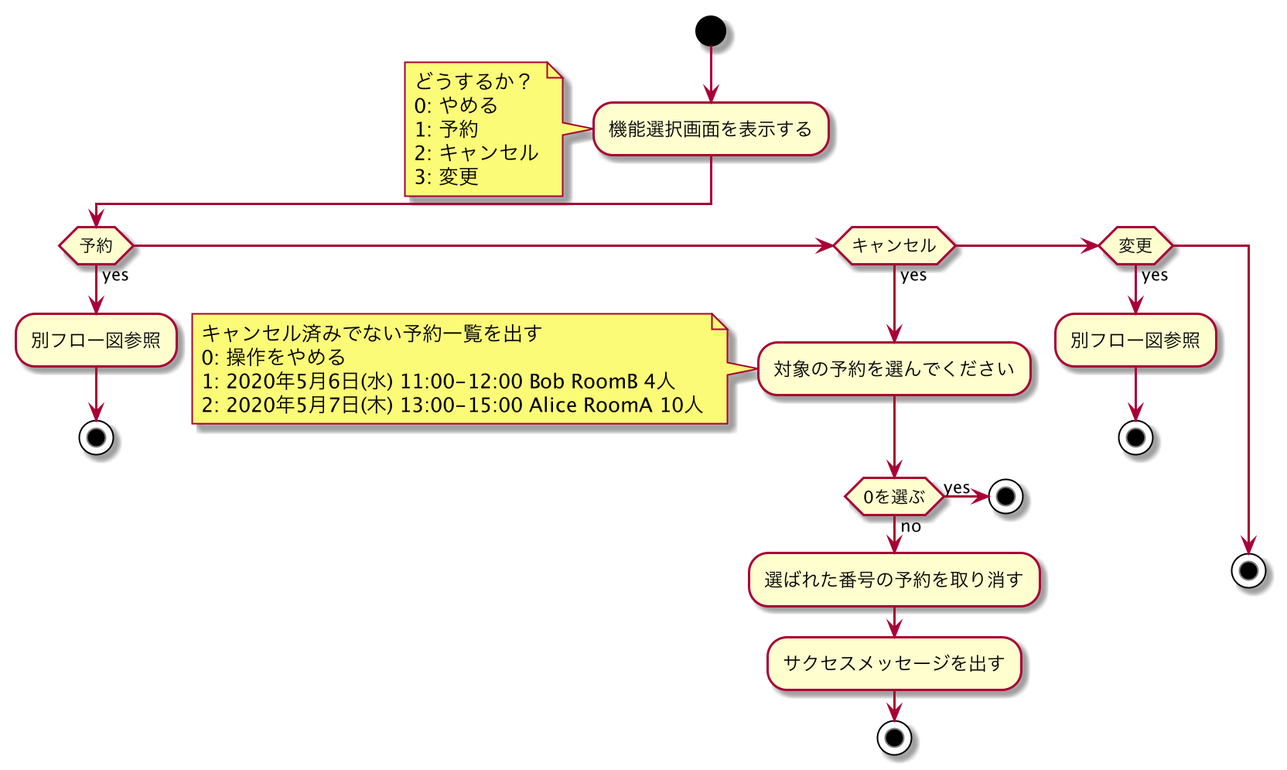
Before: diagram/20200506/アプリフロー図_会議室をキャンセルする.png, a diagram exported from PlantUML (ModelingKai/meeting-room-python). Source of this version:
```plantuml
@startuml
start
:機能選択画面を表示する;
note left
どうするか？
0: やめる
1: 予約
2: キャンセル
3: 変更
end note

if (予約) then (yes)
  :別フロー図参照;
  stop
elseif (キャンセル) then (yes)
  :対象の予約を選んでください;
  note left
  キャンセル済みでない予約一覧を出す
  0: 操作をやめる
  1: 2020年5月6日(水) 11:00-12:00 Bob RoomB 4人
  2: 2020年5月7日(木) 13:00-15:00 Alice RoomA 10人
  end note
  if (0を選ぶ) then (yes)
    stop
  else (no)
    :選ばれた番号の予約を取り消す;
    :サクセスメッセージを出す;
    stop
  endif
elseif (変更) then (yes)
  :別フロー図参照;
  stop
  else
  stop
endif
@enduml
```
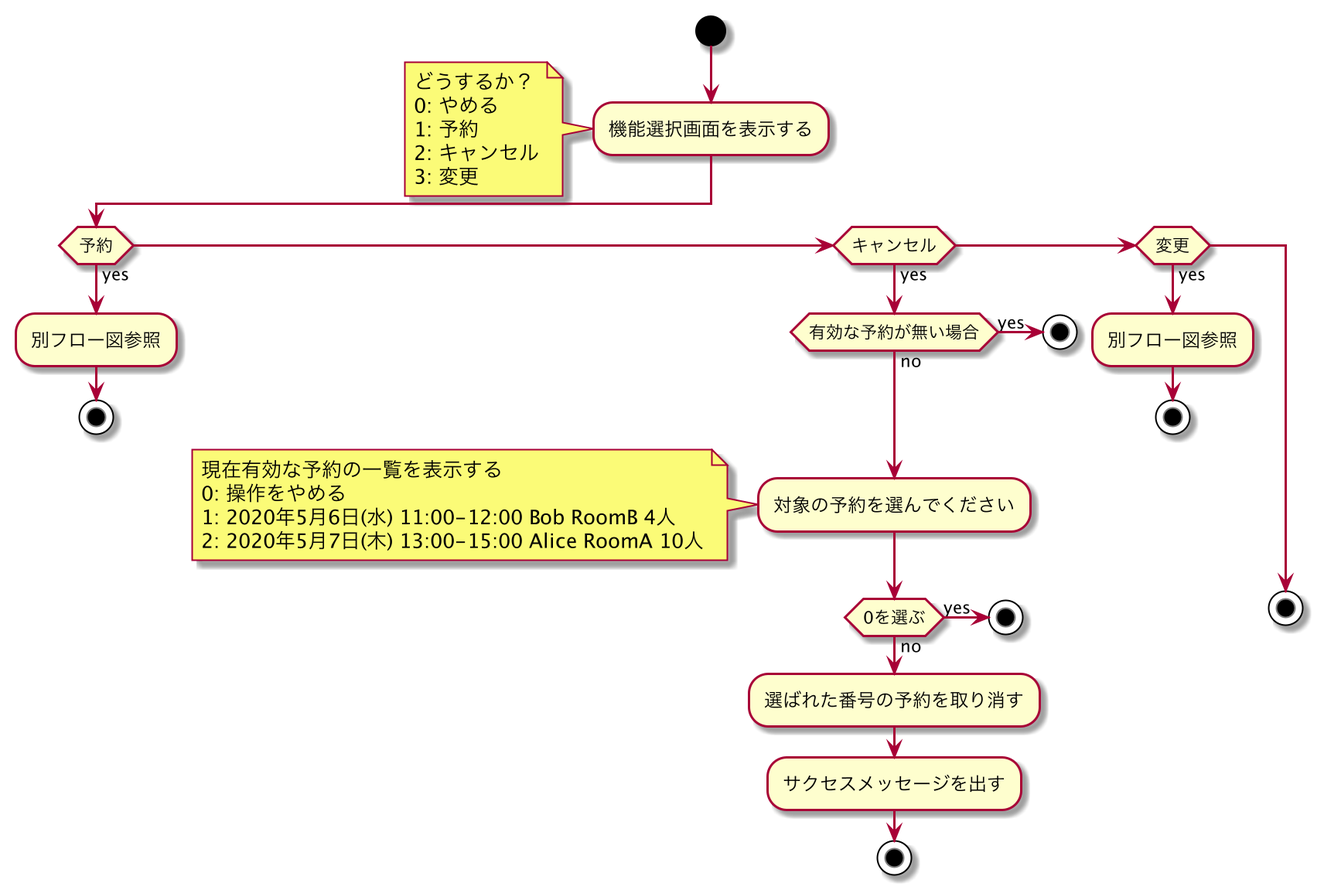
The same file after the commit.

The edit, as a diff of the source:
```diff
@@ -13,9 +13,13 @@
   :別フロー図参照;
   stop
 elseif (キャンセル) then (yes)
+  if (有効な予約が無い場合) then (yes)
+    stop
+  else (no)
+  endif
   :対象の予約を選んでください;
   note left
-  キャンセル済みでない予約一覧を出す
+  現在有効な予約の一覧を表示する
   0: 操作をやめる
   1: 2020年5月6日(水) 11:00-12:00 Bob RoomB 4人
   2: 2020年5月7日(木) 13:00-15:00 Alice RoomA 10人
```
